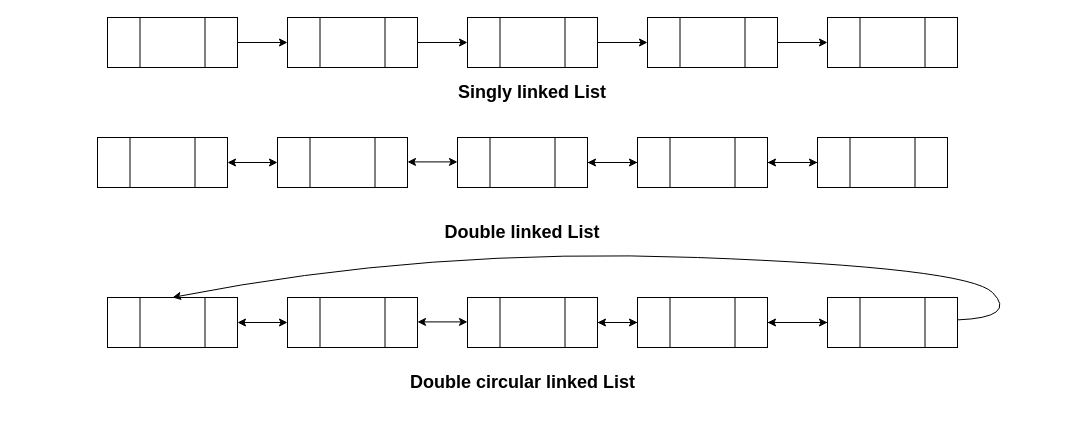
The draw.io diagram Linked List/example.dio in krisjscott/DSA-code-sheet, before the edit. Source tidied: cells renumbered, new cells numbered last; positions are measured from the earlier drawing's top-left corner, leaving out a move shared by most shapes. Both pictures are drawn from the tidied source at 100%, with x=0, y=0 at pixel (97, 17).
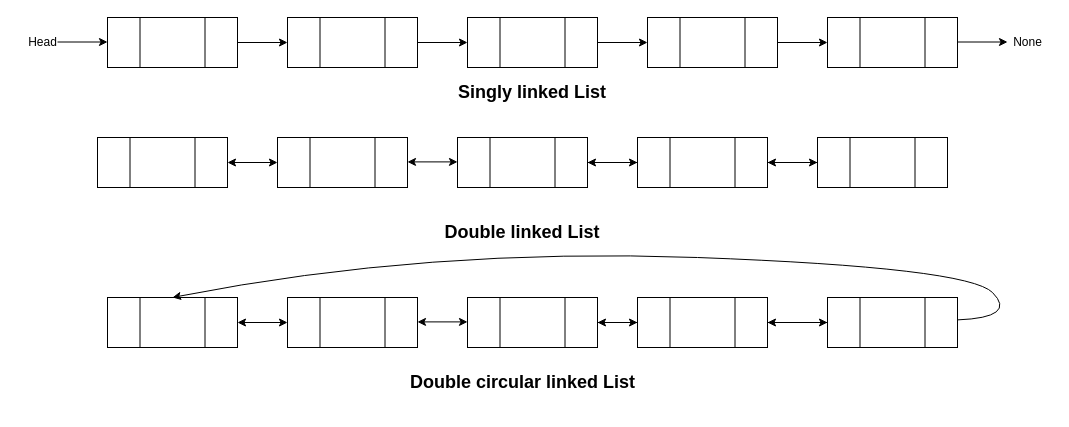
The same diagram, later.

Commit message (it also covers changes not shown here):
Added reversing a string method

Change to the diagram source:
```diff
@@
+    <mxCell id="67" style="edgeStyle=none;html=1;" parent="1" edge="1">
+      <mxGeometry relative="1" as="geometry">
+        <mxPoint x="860" y="24.5" as="sourcePoint" />
+        <mxPoint x="910" y="24.5" as="targetPoint" />
+      </mxGeometry>
+    </mxCell>
+    <mxCell id="68" value="None" style="text;html=1;align=center;verticalAlign=middle;strokeColor=none;fillColor=none;" parent="1" vertex="1">
+      <mxGeometry x="905" y="10" width="50" height="30" as="geometry" />
+    </mxCell>
+    <mxCell id="69" style="edgeStyle=none;html=1;" parent="1" edge="1">
+      <mxGeometry relative="1" as="geometry">
+        <mxPoint x="-40" y="24.5" as="sourcePoint" />
+        <mxPoint x="10" y="24.5" as="targetPoint" />
+      </mxGeometry>
+    </mxCell>
+    <mxCell id="70" value="Head" style="text;html=1;align=center;verticalAlign=middle;strokeColor=none;fillColor=none;" parent="1" vertex="1">
+      <mxGeometry x="-80" y="10" width="50" height="30" as="geometry" />
+    </mxCell>
```
